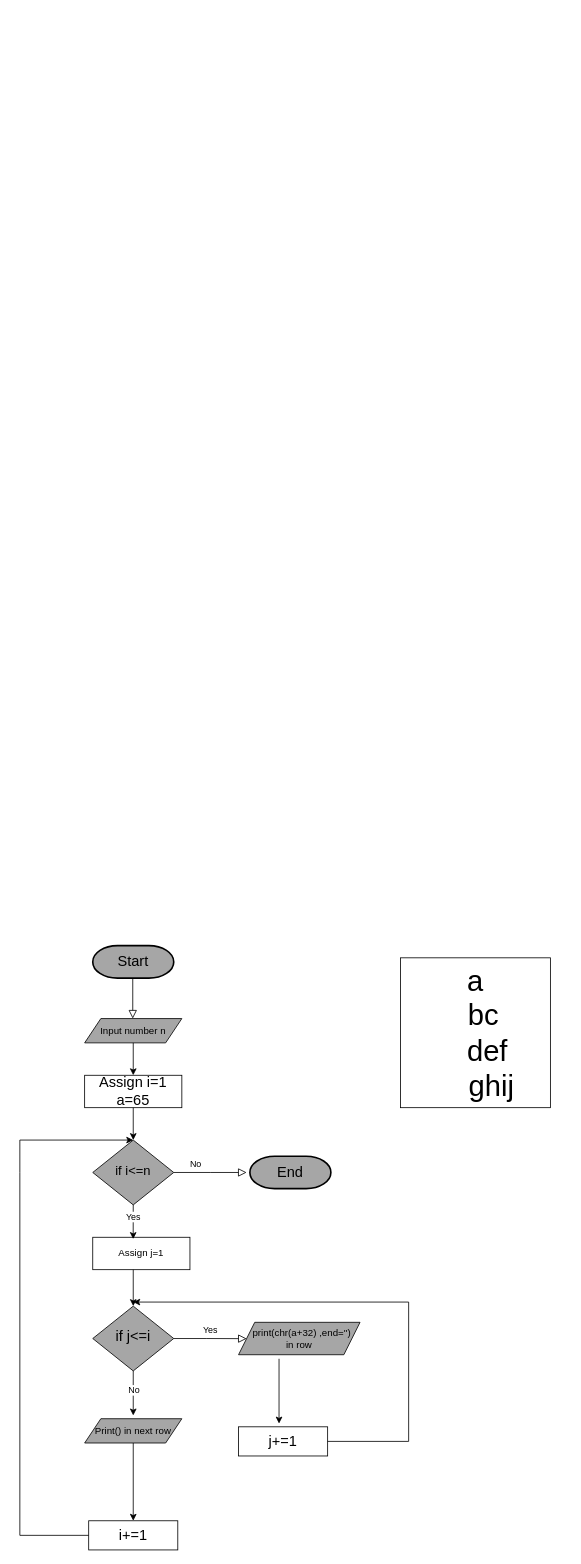
Earlier version of the draw.io diagram Untitled Diagram.drawio (Aditya-swaroop-11/aditya). Source tidied: cells renumbered, new cells numbered last; positions are measured from the earlier drawing's top-left corner, leaving out a move shared by most shapes. Both pictures are drawn from the tidied source at 81%, with x=0, y=0 at pixel (19, 945).
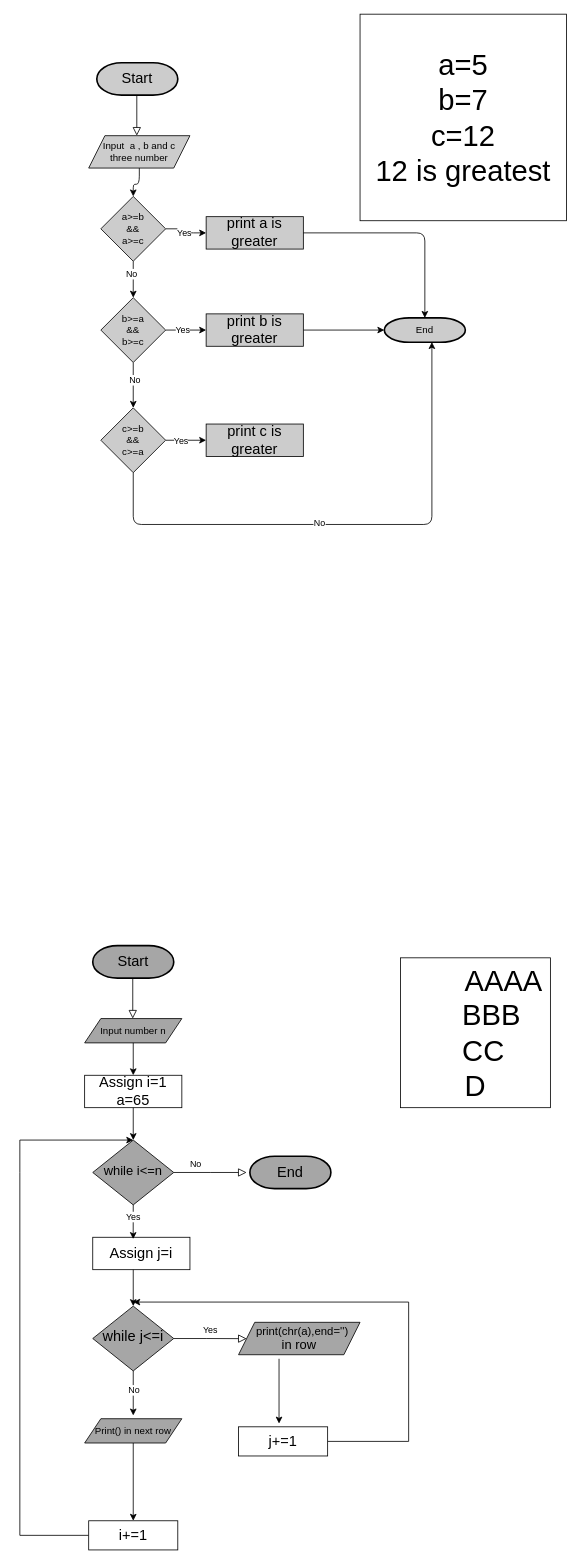
After the change.

The change refers to these unchanged cells:
```xml
<mxCell id="19" value="&lt;font style=&quot;font-size: 18px;&quot;&gt;j+=1&lt;/font&gt;" style="rounded=0;whiteSpace=wrap;html=1;" parent="1" vertex="1">
  <mxGeometry x="270" y="594" width="110" height="36" as="geometry" />
</mxCell>
<mxCell id="20" value="&lt;font style=&quot;font-size: 18px;&quot;&gt;i+=1&lt;/font&gt;" style="rounded=0;whiteSpace=wrap;html=1;" parent="1" vertex="1">
  <mxGeometry x="85" y="710" width="110" height="36" as="geometry" />
</mxCell>
```

Change to the diagram source:
```diff
@@
-    <mxCell id="3" value="&lt;div&gt;&lt;font size=&quot;3&quot;&gt;if i&amp;lt;=n&lt;/font&gt;&lt;/div&gt;" style="rhombus;whiteSpace=wrap;html=1;shadow=0;fontFamily=Helvetica;fontSize=12;align=center;strokeWidth=1;spacing=6;spacingTop=-4;fillColor=#A6A6A6;rounded=0;" parent="1" vertex="1">
+    <mxCell id="3" value="&lt;div&gt;&lt;font size=&quot;3&quot;&gt;while i&amp;lt;=n&lt;/font&gt;&lt;/div&gt;" style="rhombus;whiteSpace=wrap;html=1;shadow=0;fontFamily=Helvetica;fontSize=12;align=center;strokeWidth=1;spacing=6;spacingTop=-4;fillColor=#A6A6A6;rounded=0;" parent="1" vertex="1">
       <mxGeometry x="90" y="240" width="100" height="80" as="geometry" />
     </mxCell>
@@
-    <mxCell id="5" value="&lt;div&gt;&lt;font style=&quot;font-size: 18px;&quot;&gt;if j&amp;lt;=i&lt;/font&gt;&lt;/div&gt;" style="rhombus;whiteSpace=wrap;html=1;shadow=0;fontFamily=Helvetica;fontSize=12;align=center;strokeWidth=1;spacing=6;spacingTop=-4;fillColor=#A6A6A6;rounded=0;" parent="1" vertex="1">
+    <mxCell id="5" value="&lt;div&gt;&lt;font style=&quot;font-size: 18px;&quot;&gt;while j&amp;lt;=i&lt;/font&gt;&lt;/div&gt;" style="rhombus;whiteSpace=wrap;html=1;shadow=0;fontFamily=Helvetica;fontSize=12;align=center;strokeWidth=1;spacing=6;spacingTop=-4;fillColor=#A6A6A6;rounded=0;" parent="1" vertex="1">
       <mxGeometry x="90" y="445" width="100" height="80" as="geometry" />
     </mxCell>
@@
-    <mxCell id="8" value="&amp;nbsp; print(chr(a+32) ,end='')&lt;div&gt;in row&lt;/div&gt;" style="shape=parallelogram;perimeter=parallelogramPerimeter;whiteSpace=wrap;html=1;fixedSize=1;fillColor=#A6A6A6;rounded=0;" parent="1" vertex="1">
+    <mxCell id="8" value="&lt;font style=&quot;font-size: 14px;&quot;&gt;&amp;nbsp; print(chr(a),end='')&lt;/font&gt;&lt;div&gt;&lt;font size=&quot;3&quot;&gt;in row&lt;/font&gt;&lt;/div&gt;" style="shape=parallelogram;perimeter=parallelogramPerimeter;whiteSpace=wrap;html=1;fixedSize=1;fillColor=#A6A6A6;rounded=0;" parent="1" vertex="1">
       <mxGeometry x="270" y="465" width="150" height="40" as="geometry" />
     </mxCell>
@@
-    <mxCell id="13" value="Assign j=1" style="rounded=0;whiteSpace=wrap;html=1;" parent="1" vertex="1">
+    <mxCell id="13" value="&lt;font style=&quot;font-size: 18px;&quot;&gt;Assign j=i&lt;/font&gt;" style="rounded=0;whiteSpace=wrap;html=1;" parent="1" vertex="1">
       <mxGeometry x="90" y="360" width="120" height="40" as="geometry" />
     </mxCell>
@@
+    <mxCell id="23" style="endArrow=classic;html=1;rounded=0;exitX=1;exitY=0.5;exitDx=0;exitDy=0;" parent="1" edge="1" source="19">
+      <mxGeometry relative="1" as="geometry">
+        <mxPoint x="140" y="440" as="targetPoint" />
+        <Array as="points">
+          <mxPoint x="480" y="612" />
+          <mxPoint x="480" y="440" />
+        </Array>
+      </mxGeometry>
+    </mxCell>
@@
+    <mxCell id="24" style="endArrow=classic;html=1;rounded=0;exitX=0;exitY=0.5;exitDx=0;exitDy=0;" parent="1" edge="1" source="20">
+      <mxGeometry relative="1" as="geometry">
+        <mxPoint x="140" y="240" as="targetPoint" />
+        <Array as="points">
+          <mxPoint y="728" />
+          <mxPoint y="280" />
+          <mxPoint y="240" />
+        </Array>
+      </mxGeometry>
+    </mxCell>
@@
-    <mxCell id="23" style="endArrow=classic;html=1;rounded=0;exitX=1;exitY=0.5;exitDx=0;exitDy=0;" parent="1" edge="1" source="19">
-      <mxGeometry relative="1" as="geometry">
-        <mxPoint x="140" y="440" as="targetPoint" />
-        <Array as="points">
-          <mxPoint x="480" y="612" />
-          <mxPoint x="480" y="440" />
-        </Array>
-      </mxGeometry>
-    </mxCell>
-    <mxCell id="24" style="endArrow=classic;html=1;rounded=0;exitX=0;exitY=0.5;exitDx=0;exitDy=0;" parent="1" edge="1" source="20">
-      <mxGeometry relative="1" as="geometry">
-        <mxPoint x="140" y="240" as="targetPoint" />
-        <Array as="points">
-          <mxPoint y="728" />
-          <mxPoint y="280" />
-          <mxPoint y="240" />
-        </Array>
-      </mxGeometry>
-    </mxCell>
+    <mxCell id="26" value="&lt;font style=&quot;font-size: 18px;&quot;&gt;End&lt;/font&gt;" style="strokeWidth=2;html=1;shape=mxgraph.flowchart.terminator;whiteSpace=wrap;fillColor=#A6A6A6;rounded=0;" parent="1" vertex="1">
+      <mxGeometry x="284" y="260" width="100" height="40" as="geometry" />
+    </mxCell>
-    <mxCell id="25" value="&lt;font style=&quot;font-size: 18px;&quot;&gt;Start&lt;/font&gt;" style="strokeWidth=2;html=1;shape=mxgraph.flowchart.terminator;whiteSpace=wrap;fillColor=#A6A6A6;" parent="1" vertex="1">
+    <mxCell id="25" value="&lt;font style=&quot;font-size: 18px;&quot;&gt;Start&lt;/font&gt;" style="strokeWidth=2;html=1;shape=mxgraph.flowchart.terminator;whiteSpace=wrap;fillColor=#A6A6A6;rounded=0;" parent="1" vertex="1">
       <mxGeometry x="90" width="100" height="40" as="geometry" />
     </mxCell>
-    <mxCell id="26" value="&lt;font style=&quot;font-size: 18px;&quot;&gt;End&lt;/font&gt;" style="strokeWidth=2;html=1;shape=mxgraph.flowchart.terminator;whiteSpace=wrap;fillColor=#A6A6A6;" parent="1" vertex="1">
-      <mxGeometry x="284" y="260" width="100" height="40" as="geometry" />
-    </mxCell>
-    <mxCell id="27" value="&lt;span style=&quot;font-size: 36px;&quot;&gt;a&lt;/span&gt;&lt;div&gt;&lt;span style=&quot;font-size: 36px;&quot;&gt;&amp;nbsp; bc&lt;/span&gt;&lt;/div&gt;&lt;div&gt;&lt;span style=&quot;font-size: 36px;&quot;&gt;&amp;nbsp; &amp;nbsp;def&lt;/span&gt;&lt;/div&gt;&lt;div&gt;&lt;span style=&quot;font-size: 36px;&quot;&gt;&amp;nbsp; &amp;nbsp; ghij&lt;/span&gt;&lt;/div&gt;" style="whiteSpace=wrap;html=1;" parent="1" vertex="1">
+    <mxCell id="27" value="&lt;span style=&quot;font-size: 36px;&quot;&gt;&amp;nbsp; &amp;nbsp; &amp;nbsp; &amp;nbsp;AAAA&lt;/span&gt;&lt;div&gt;&lt;span style=&quot;font-size: 36px; background-color: initial;&quot;&gt;&amp;nbsp; &amp;nbsp; BBB&lt;/span&gt;&lt;/div&gt;&lt;div&gt;&lt;span style=&quot;background-color: initial; font-size: 36px;&quot;&gt;&amp;nbsp; CC&lt;/span&gt;&lt;/div&gt;&lt;div&gt;&lt;span style=&quot;font-size: 36px; background-color: initial;&quot;&gt;D&lt;/span&gt;&lt;/div&gt;" style="whiteSpace=wrap;html=1;rounded=0;" parent="1" vertex="1">
       <mxGeometry x="470" y="15" width="185" height="185" as="geometry" />
     </mxCell>
+    <mxCell id="28" style="edgeStyle=orthogonalEdgeStyle;jettySize=auto;html=1;exitX=0.5;exitY=1;exitDx=0;exitDy=0;fillColor=#CCCCCC;" parent="1" edge="1" source="29" target="39">
+      <mxGeometry relative="1" as="geometry" />
+    </mxCell>
+    <mxCell id="29" value="Input&amp;nbsp; a , b and c&lt;div&gt;three number&lt;/div&gt;" style="shape=parallelogram;perimeter=parallelogramPerimeter;whiteSpace=wrap;html=1;fixedSize=1;fillColor=#CCCCCC;rounded=0;" parent="1" vertex="1">
+      <mxGeometry x="85" y="-1000" width="125" height="40" as="geometry" />
+    </mxCell>
+    <mxCell id="30" style="rounded=0;html=1;jettySize=auto;orthogonalLoop=1;fontSize=11;endArrow=block;endFill=0;endSize=8;strokeWidth=1;shadow=0;labelBackgroundColor=none;edgeStyle=orthogonalEdgeStyle;fillColor=#CCCCCC;" parent="1" edge="1">
+      <mxGeometry relative="1" as="geometry">
+        <mxPoint x="144.4" y="-1050" as="sourcePoint" />
+        <mxPoint x="144.4" y="-1000" as="targetPoint" />
+      </mxGeometry>
+    </mxCell>
+    <mxCell id="31" value="&lt;span style=&quot;font-size: 18px;&quot;&gt;print a is greater&lt;/span&gt;" style="rounded=0;whiteSpace=wrap;html=1;fillColor=#CCCCCC;" parent="1" vertex="1">
+      <mxGeometry x="230" y="-900" width="120" height="40" as="geometry" />
+    </mxCell>
+    <mxCell id="32" value="&lt;font style=&quot;font-size: 18px;&quot;&gt;Start&lt;/font&gt;" style="strokeWidth=2;html=1;shape=mxgraph.flowchart.terminator;whiteSpace=wrap;fillColor=#CCCCCC;rounded=0;" parent="1" vertex="1">
+      <mxGeometry x="95" y="-1090" width="100" height="40" as="geometry" />
+    </mxCell>
+    <mxCell id="33" value="&lt;span style=&quot;font-size: 36px;&quot;&gt;a=5&lt;/span&gt;&lt;div&gt;&lt;span style=&quot;font-size: 36px;&quot;&gt;b=7&lt;/span&gt;&lt;/div&gt;&lt;div&gt;&lt;span style=&quot;font-size: 36px;&quot;&gt;c=12&lt;/span&gt;&lt;/div&gt;&lt;div&gt;&lt;span style=&quot;font-size: 36px;&quot;&gt;12 is greatest&lt;/span&gt;&lt;/div&gt;" style="whiteSpace=wrap;html=1;rounded=0;" parent="1" vertex="1">
+      <mxGeometry x="420" y="-1150" width="255" height="255" as="geometry" />
+    </mxCell>
+    <mxCell id="34" value="End" style="strokeWidth=2;html=1;shape=mxgraph.flowchart.terminator;whiteSpace=wrap;fillColor=#CCCCCC;" parent="1" vertex="1">
+      <mxGeometry x="450" y="-775" width="100" height="30" as="geometry" />
+    </mxCell>
+    <mxCell id="35" style="edgeStyle=orthogonalEdgeStyle;jettySize=auto;html=1;exitX=0.5;exitY=1;exitDx=0;exitDy=0;entryX=0.5;entryY=0;entryDx=0;entryDy=0;fillColor=#CCCCCC;" parent="1" edge="1" source="39" target="44">
+      <mxGeometry relative="1" as="geometry" />
+    </mxCell>
+    <mxCell id="36" value="No" style="edgeLabel;html=1;align=center;verticalAlign=middle;fillColor=#CCCCCC;" parent="35" vertex="1">
+      <mxGeometry x="-0.32" y="-3" relative="1" as="geometry" />
+    </mxCell>
+    <mxCell id="37" style="edgeStyle=orthogonalEdgeStyle;jettySize=auto;html=1;exitX=1;exitY=0.5;exitDx=0;exitDy=0;entryX=0;entryY=0.5;entryDx=0;entryDy=0;fillColor=#CCCCCC;" parent="1" edge="1" source="39" target="31">
+      <mxGeometry relative="1" as="geometry" />
+    </mxCell>
+    <mxCell id="38" value="Yes" style="edgeLabel;html=1;align=center;verticalAlign=middle;fillColor=#CCCCCC;" parent="37" vertex="1">
+      <mxGeometry x="0.04" y="-3" relative="1" as="geometry" />
+    </mxCell>
+    <mxCell id="39" value="a&amp;gt;=b&lt;div&gt;&amp;amp;&amp;amp;&lt;/div&gt;&lt;div&gt;a&amp;gt;=c&lt;/div&gt;" style="rhombus;whiteSpace=wrap;html=1;fillColor=#CCCCCC;" parent="1" vertex="1">
+      <mxGeometry x="100" y="-925" width="80" height="80" as="geometry" />
+    </mxCell>
+    <mxCell id="40" style="edgeStyle=orthogonalEdgeStyle;jettySize=auto;html=1;entryX=0.5;entryY=0;entryDx=0;entryDy=0;fillColor=#CCCCCC;" parent="1" edge="1" source="44" target="47">
+      <mxGeometry relative="1" as="geometry" />
+    </mxCell>
+    <mxCell id="41" value="No" style="edgeLabel;html=1;align=center;verticalAlign=middle;fillColor=#CCCCCC;" parent="40" vertex="1">
+      <mxGeometry x="-0.26" y="1" relative="1" as="geometry" />
+    </mxCell>
+    <mxCell id="42" style="edgeStyle=orthogonalEdgeStyle;jettySize=auto;html=1;exitX=1;exitY=0.5;exitDx=0;exitDy=0;entryX=0;entryY=0.5;entryDx=0;entryDy=0;fillColor=#CCCCCC;" parent="1" edge="1" source="44" target="49">
+      <mxGeometry relative="1" as="geometry" />
+    </mxCell>
+    <mxCell id="43" value="Yes" style="edgeLabel;html=1;align=center;verticalAlign=middle;fillColor=#CCCCCC;" parent="42" vertex="1">
+      <mxGeometry x="-0.22" y="1" relative="1" as="geometry" />
+    </mxCell>
+    <mxCell id="44" value="b&amp;gt;=a&lt;div&gt;&amp;amp;&amp;amp;&lt;/div&gt;&lt;div&gt;b&amp;gt;=c&lt;/div&gt;" style="rhombus;whiteSpace=wrap;html=1;fillColor=#CCCCCC;" parent="1" vertex="1">
+      <mxGeometry x="100" y="-800" width="80" height="80" as="geometry" />
+    </mxCell>
+    <mxCell id="45" style="edgeStyle=orthogonalEdgeStyle;jettySize=auto;html=1;exitX=1;exitY=0.5;exitDx=0;exitDy=0;entryX=0;entryY=0.5;entryDx=0;entryDy=0;fillColor=#CCCCCC;" parent="1" edge="1" source="47" target="50">
+      <mxGeometry relative="1" as="geometry" />
+    </mxCell>
+    <mxCell id="46" value="Yes" style="edgeLabel;html=1;align=center;verticalAlign=middle;fillColor=#CCCCCC;" parent="45" vertex="1">
+      <mxGeometry x="-0.28" relative="1" as="geometry" />
+    </mxCell>
+    <mxCell id="47" value="c&amp;gt;=b&lt;div&gt;&amp;amp;&amp;amp;&lt;/div&gt;&lt;div&gt;c&amp;gt;=a&lt;/div&gt;" style="rhombus;whiteSpace=wrap;html=1;fillColor=#CCCCCC;" parent="1" vertex="1">
+      <mxGeometry x="100" y="-664" width="80" height="80" as="geometry" />
+    </mxCell>
+    <mxCell id="48" style="edgeStyle=orthogonalEdgeStyle;jettySize=auto;html=1;fillColor=#CCCCCC;" parent="1" edge="1" source="49" target="34">
+      <mxGeometry relative="1" as="geometry" />
+    </mxCell>
+    <mxCell id="49" value="&lt;span style=&quot;font-size: 18px;&quot;&gt;print b is greater&lt;/span&gt;" style="rounded=0;whiteSpace=wrap;html=1;fillColor=#CCCCCC;" parent="1" vertex="1">
+      <mxGeometry x="230" y="-780" width="120" height="40" as="geometry" />
+    </mxCell>
+    <mxCell id="50" value="&lt;span style=&quot;font-size: 18px;&quot;&gt;print c is greater&lt;/span&gt;" style="rounded=0;whiteSpace=wrap;html=1;fillColor=#CCCCCC;" parent="1" vertex="1">
+      <mxGeometry x="230" y="-644" width="120" height="40" as="geometry" />
+    </mxCell>
+    <mxCell id="51" style="edgeStyle=orthogonalEdgeStyle;jettySize=auto;html=1;exitX=0.5;exitY=1;exitDx=0;exitDy=0;entryX=0.587;entryY=0.993;entryDx=0;entryDy=0;entryPerimeter=0;fillColor=#CCCCCC;" parent="1" edge="1" source="47" target="34">
+      <mxGeometry relative="1" as="geometry">
+        <Array as="points">
+          <mxPoint x="140" y="-520" />
+          <mxPoint x="509" y="-520" />
+        </Array>
+      </mxGeometry>
+    </mxCell>
+    <mxCell id="52" value="No" style="edgeLabel;html=1;align=center;verticalAlign=middle;fillColor=#CCCCCC;" parent="51" vertex="1">
+      <mxGeometry x="-0.11" y="3" relative="1" as="geometry" />
+    </mxCell>
+    <mxCell id="53" style="edgeStyle=orthogonalEdgeStyle;jettySize=auto;html=1;entryX=0.5;entryY=0;entryDx=0;entryDy=0;entryPerimeter=0;fillColor=#CCCCCC;" parent="1" edge="1" source="31" target="34">
+      <mxGeometry relative="1" as="geometry" />
+    </mxCell>
```
